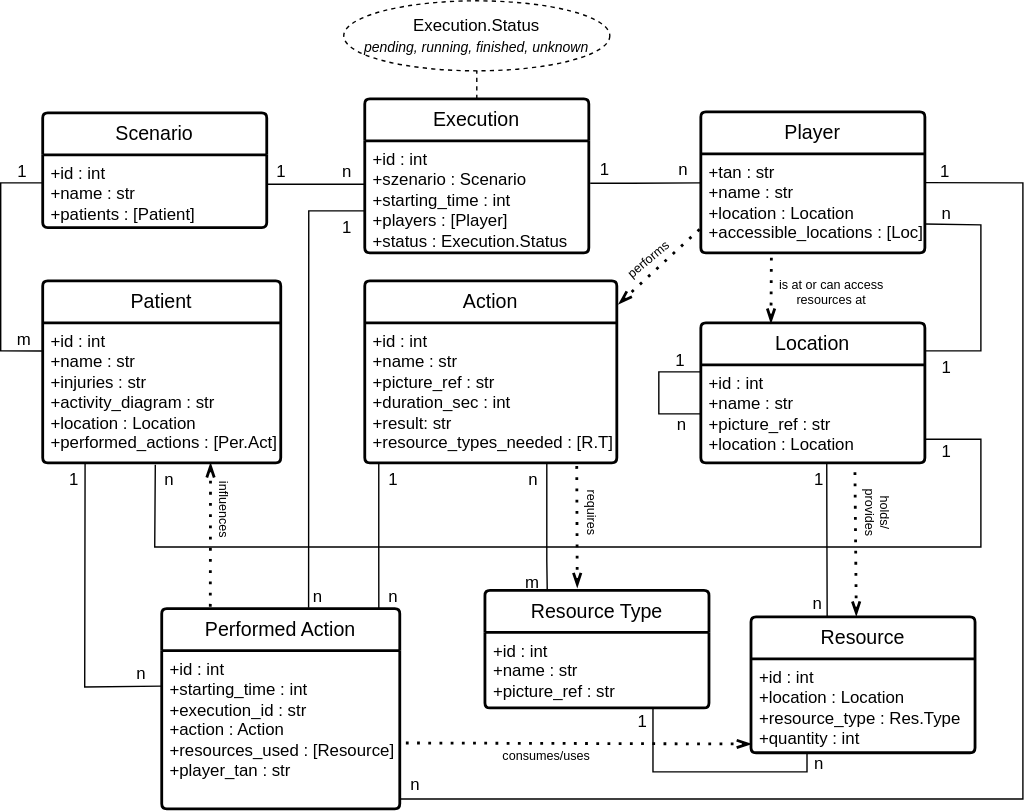
Earlier version of the draw.io export doc/server/entity_relation_runtime.svg (MANVSim/MANVSim). Source tidied: cells renumbered, new cells last; positions are measured from the earlier drawing's top-left corner, leaving out a move shared by most shapes.
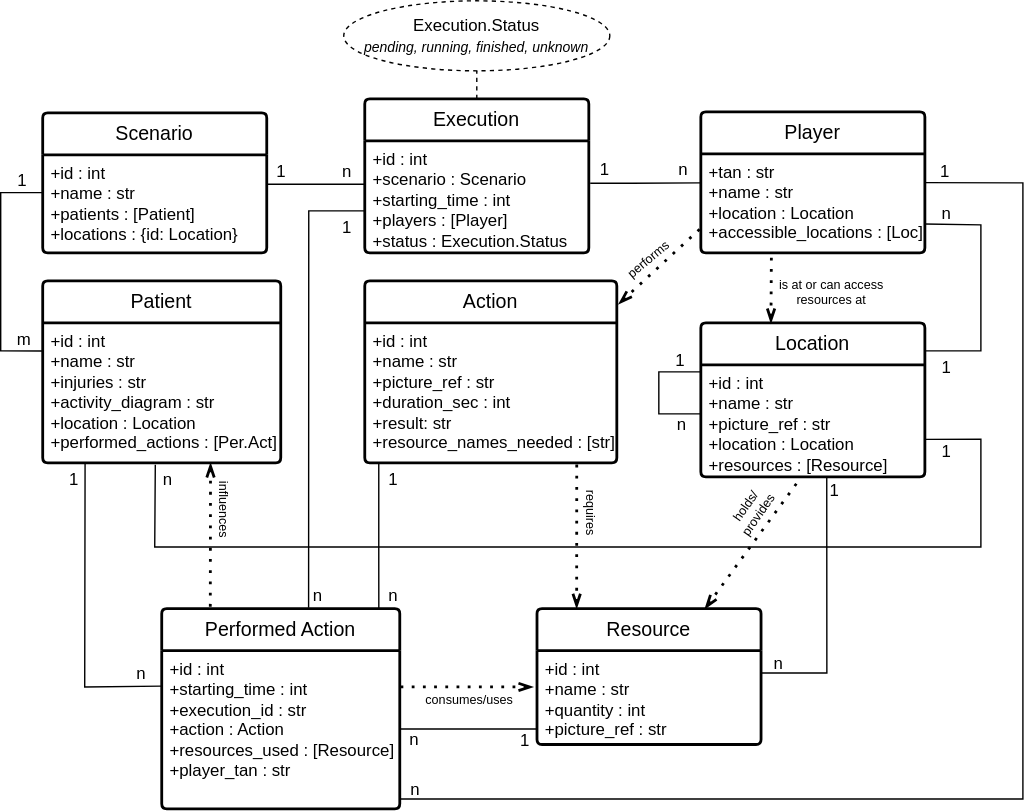
After the change.

Commit message:
update runtime entity diagram

What changed in the source:
```diff
@@ -3,10 +3,10 @@
     <mxCell id="0" />
     <mxCell id="1" parent="0" />
     <mxCell id="2" value="Scenario" style="swimlane;horizontal=1;startSize=30;rounded=1;fontSize=14;fontStyle=0;strokeWidth=2;shadow=0;dashed=0;align=center;arcSize=4;whiteSpace=wrap;html=1;" parent="1" vertex="1">
-      <mxGeometry x="30" y="80" width="160" height="82" as="geometry" />
+      <mxGeometry x="30" y="80" width="160" height="100" as="geometry" />
     </mxCell>
-    <mxCell id="3" value="+id : int&lt;div&gt;+name : str&lt;br&gt;&lt;/div&gt;&lt;div&gt;+patients : [Patient]&lt;/div&gt;" style="align=left;strokeColor=none;fillColor=none;spacingLeft=4;fontSize=12;verticalAlign=top;html=1;" parent="2" vertex="1">
-      <mxGeometry y="30" width="160" height="52" as="geometry" />
+    <mxCell id="3" value="+id : int&lt;div&gt;+name : str&lt;br&gt;&lt;/div&gt;&lt;div&gt;+patients : [Patient]&lt;/div&gt;&lt;div&gt;+locations : {id: Location}&lt;/div&gt;" style="align=left;strokeColor=none;fillColor=none;spacingLeft=4;fontSize=12;verticalAlign=top;html=1;" parent="2" vertex="1">
+      <mxGeometry y="30" width="160" height="70" as="geometry" />
     </mxCell>
     <mxCell id="4" value="Patient" style="swimlane;horizontal=1;startSize=30;rounded=1;fontSize=14;fontStyle=0;strokeWidth=2;shadow=0;dashed=0;align=center;arcSize=4;whiteSpace=wrap;html=1;" parent="1" vertex="1">
       <mxGeometry x="30" y="200" width="170" height="130" as="geometry" />
@@ -18,7 +18,7 @@
       <mxGeometry relative="1" as="geometry">
         <Array as="points">
           <mxPoint y="250" />
-          <mxPoint y="130" />
+          <mxPoint y="137" />
         </Array>
       </mxGeometry>
     </mxCell>
@@ -35,13 +35,13 @@
     <mxCell id="9" value="Action" style="swimlane;horizontal=1;startSize=30;rounded=1;fontSize=14;fontStyle=0;strokeWidth=2;shadow=0;dashed=0;align=center;arcSize=4;whiteSpace=wrap;html=1;" parent="1" vertex="1">
       <mxGeometry x="260" y="200" width="180" height="130" as="geometry" />
     </mxCell>
-    <mxCell id="10" value="+id : int&lt;div&gt;+name : str&lt;br&gt;&lt;/div&gt;&lt;div&gt;+picture_ref : str&lt;/div&gt;&lt;div&gt;+duration_sec : int&lt;/div&gt;&lt;div&gt;+result: str&lt;/div&gt;&lt;div&gt;+resource_types_needed : [R.T]&lt;/div&gt;" style="align=left;strokeColor=none;fillColor=none;spacingLeft=4;fontSize=12;verticalAlign=top;html=1;" parent="9" vertex="1">
+    <mxCell id="10" value="+id : int&lt;div&gt;+name : str&lt;br&gt;&lt;/div&gt;&lt;div&gt;+picture_ref : str&lt;/div&gt;&lt;div&gt;+duration_sec : int&lt;/div&gt;&lt;div&gt;+result: str&lt;/div&gt;&lt;div&gt;+resource_names_needed : [str]&lt;/div&gt;" style="align=left;strokeColor=none;fillColor=none;spacingLeft=4;fontSize=12;verticalAlign=top;html=1;" parent="9" vertex="1">
       <mxGeometry y="30" width="180" height="100" as="geometry" />
     </mxCell>
     <mxCell id="11" value="Execution" style="swimlane;horizontal=1;startSize=30;rounded=1;fontSize=14;fontStyle=0;strokeWidth=2;shadow=0;dashed=0;align=center;arcSize=4;whiteSpace=wrap;html=1;" parent="1" vertex="1">
       <mxGeometry x="260" y="70" width="160" height="110" as="geometry" />
     </mxCell>
-    <mxCell id="12" value="&lt;div&gt;+id : int&lt;/div&gt;&lt;div&gt;+szenario : Scenario&lt;/div&gt;&lt;div&gt;+starting_time : int&lt;/div&gt;&lt;div&gt;+players : [Player]&lt;/div&gt;&lt;div&gt;+status : Execution.Status&lt;/div&gt;" style="align=left;strokeColor=none;fillColor=none;spacingLeft=4;fontSize=12;verticalAlign=top;html=1;" parent="11" vertex="1">
+    <mxCell id="12" value="&lt;div&gt;+id : int&lt;/div&gt;&lt;div&gt;+scenario : Scenario&lt;/div&gt;&lt;div&gt;+starting_time : int&lt;/div&gt;&lt;div&gt;+players : [Player]&lt;/div&gt;&lt;div&gt;+status : Execution.Status&lt;/div&gt;" style="align=left;strokeColor=none;fillColor=none;spacingLeft=4;fontSize=12;verticalAlign=top;html=1;" parent="11" vertex="1">
       <mxGeometry y="30" width="160" height="80" as="geometry" />
     </mxCell>
     <mxCell id="13" value="Player" style="swimlane;horizontal=1;startSize=30;rounded=1;fontSize=14;fontStyle=0;strokeWidth=2;shadow=0;dashed=0;align=center;arcSize=4;whiteSpace=wrap;html=1;" parent="1" vertex="1">
@@ -68,23 +68,17 @@
       <mxGeometry x="205" y="130" as="geometry" />
     </mxCell>
     <mxCell id="18" value="Location" style="swimlane;horizontal=1;startSize=30;rounded=1;fontSize=14;fontStyle=0;strokeWidth=2;shadow=0;dashed=0;align=center;arcSize=4;whiteSpace=wrap;html=1;" parent="1" vertex="1">
-      <mxGeometry x="500" y="230" width="160" height="100" as="geometry" />
+      <mxGeometry x="500" y="230" width="160" height="110" as="geometry" />
     </mxCell>
-    <mxCell id="19" value="+id : int&lt;div&gt;+name : str&lt;br&gt;&lt;/div&gt;&lt;div&gt;+&lt;span style=&quot;background-color: initial;&quot;&gt;picture_ref : str&amp;nbsp;&lt;/span&gt;&lt;/div&gt;&lt;div&gt;+&lt;span style=&quot;background-color: initial;&quot;&gt;location : Location&lt;/span&gt;&lt;/div&gt;" style="align=left;strokeColor=none;fillColor=none;spacingLeft=4;fontSize=12;verticalAlign=top;html=1;" parent="18" vertex="1">
-      <mxGeometry y="30" width="160" height="70" as="geometry" />
+    <mxCell id="19" value="+id : int&lt;div&gt;+name : str&lt;br&gt;&lt;/div&gt;&lt;div&gt;+&lt;span style=&quot;background-color: initial;&quot;&gt;picture_ref : str&amp;nbsp;&lt;/span&gt;&lt;/div&gt;&lt;div&gt;+&lt;span style=&quot;background-color: initial;&quot;&gt;location : Location&lt;/span&gt;&lt;/div&gt;&lt;div&gt;&lt;span style=&quot;background-color: initial;&quot;&gt;+resources : [Resource]&lt;/span&gt;&lt;/div&gt;" style="align=left;strokeColor=none;fillColor=none;spacingLeft=4;fontSize=12;verticalAlign=top;html=1;" parent="18" vertex="1">
+      <mxGeometry y="30" width="160" height="80" as="geometry" />
     </mxCell>
     <mxCell id="20" value="Resource" style="swimlane;horizontal=1;startSize=30;rounded=1;fontSize=14;fontStyle=0;strokeWidth=2;shadow=0;dashed=0;align=center;arcSize=4;whiteSpace=wrap;html=1;" parent="1" vertex="1">
-      <mxGeometry x="535.8" y="440" width="160" height="97" as="geometry" />
+      <mxGeometry x="383" y="434.1" width="160" height="97" as="geometry" />
     </mxCell>
-    <mxCell id="21" value="+id : int&lt;div&gt;+location : Location&amp;nbsp;&lt;/div&gt;&lt;div&gt;+resource_type : Res.Type&lt;br&gt;+quantity : int&lt;/div&gt;" style="align=left;strokeColor=none;fillColor=none;spacingLeft=4;fontSize=12;verticalAlign=top;html=1;" parent="20" vertex="1">
+    <mxCell id="21" value="+id : int&lt;div&gt;+name : str&lt;div&gt;+quantity : int&lt;/div&gt;&lt;/div&gt;&lt;div&gt;+picture_ref : str&lt;br&gt;&lt;/div&gt;" style="align=left;strokeColor=none;fillColor=none;spacingLeft=4;fontSize=12;verticalAlign=top;html=1;" parent="20" vertex="1">
       <mxGeometry y="30" width="160" height="67" as="geometry" />
     </mxCell>
-    <mxCell id="22" value="Resource Type" style="swimlane;horizontal=1;startSize=30;rounded=1;fontSize=14;fontStyle=0;strokeWidth=2;shadow=0;dashed=0;align=center;arcSize=4;whiteSpace=wrap;html=1;" parent="1" vertex="1">
-      <mxGeometry x="345.8" y="421" width="160" height="84" as="geometry" />
-    </mxCell>
-    <mxCell id="23" value="+id : int&lt;div&gt;+name : str&lt;br&gt;&lt;/div&gt;&lt;div&gt;+picture_ref : str&lt;/div&gt;" style="align=left;strokeColor=none;fillColor=none;spacingLeft=4;fontSize=12;verticalAlign=top;html=1;" parent="22" vertex="1">
-      <mxGeometry y="30" width="160" height="54" as="geometry" />
-    </mxCell>
     <mxCell id="24" style="endArrow=none;html=1;rounded=0;exitX=0;exitY=0;exitDx=0;exitDy=0;" parent="1" edge="1">
       <mxGeometry relative="1" as="geometry">
         <mxPoint x="500" y="265" as="sourcePoint" />
@@ -103,7 +97,7 @@
     <mxCell id="26" value="1" style="html=1;whiteSpace=wrap;align=right;verticalAlign=bottom;" parent="1" vertex="1">
       <mxGeometry x="490" y="265" as="geometry" />
     </mxCell>
-    <mxCell id="27" style="endArrow=none;html=1;rounded=0;exitX=1;exitY=0.759;exitDx=0;exitDy=0;exitPerimeter=0;entryX=0.473;entryY=1.013;entryDx=0;entryDy=0;entryPerimeter=0;" parent="1" edge="1" source="19" target="5">
+    <mxCell id="27" style="endArrow=none;html=1;rounded=0;exitX=1;exitY=0.665;exitDx=0;exitDy=0;exitPerimeter=0;entryX=0.473;entryY=1.013;entryDx=0;entryDy=0;entryPerimeter=0;" parent="1" edge="1" source="19" target="5">
       <mxGeometry relative="1" as="geometry">
         <Array as="points">
           <mxPoint x="700" y="313" />
@@ -115,31 +109,20 @@
     <mxCell id="28" value="1" style="html=1;whiteSpace=wrap;align=right;verticalAlign=bottom;" parent="1" vertex="1">
       <mxGeometry x="680" y="330" as="geometry" />
     </mxCell>
-    <mxCell id="29" style="endArrow=none;html=1;rounded=0;entryX=0.75;entryY=1;entryDx=0;entryDy=0;exitX=0.25;exitY=1;exitDx=0;exitDy=0;" parent="1" edge="1" source="21" target="23">
-      <mxGeometry relative="1" as="geometry">
-        <Array as="points">
-          <mxPoint x="575.8" y="550.7" />
-          <mxPoint x="465.8" y="550.7" />
-        </Array>
-      </mxGeometry>
-    </mxCell>
-    <mxCell id="30" value="1" style="html=1;whiteSpace=wrap;align=right;verticalAlign=bottom;" parent="1" vertex="1">
-      <mxGeometry x="463" y="523" as="geometry" />
-    </mxCell>
-    <mxCell id="31" style="endArrow=none;html=1;rounded=0;exitX=0.562;exitY=0.997;exitDx=0;exitDy=0;exitPerimeter=0;entryX=0.34;entryY=0;entryDx=0;entryDy=0;entryPerimeter=0;" parent="1" edge="1" source="19" target="20">
+    <mxCell id="31" style="endArrow=none;html=1;rounded=0;exitX=0.562;exitY=0.997;exitDx=0;exitDy=0;exitPerimeter=0;entryX=0.997;entryY=0.238;entryDx=0;entryDy=0;entryPerimeter=0;" parent="1" edge="1" source="19" target="21">
       <mxGeometry relative="1" as="geometry">
         <Array as="points">
-          <mxPoint x="590" y="370" />
+          <mxPoint x="590" y="480" />
         </Array>
       </mxGeometry>
     </mxCell>
     <mxCell id="32" value="n" style="html=1;whiteSpace=wrap;align=right;verticalAlign=bottom;" parent="31" vertex="1">
       <mxGeometry x="1" relative="1" as="geometry">
-        <mxPoint x="-2" y="-1" as="offset" />
+        <mxPoint x="17" y="2" as="offset" />
       </mxGeometry>
     </mxCell>
     <mxCell id="33" value="1" style="html=1;whiteSpace=wrap;align=right;verticalAlign=bottom;" parent="1" vertex="1">
-      <mxGeometry x="589" y="350" as="geometry" />
+      <mxGeometry x="600" y="357.8" as="geometry" />
     </mxCell>
     <mxCell id="34" style="endArrow=none;html=1;rounded=0;entryX=1;entryY=0.25;entryDx=0;entryDy=0;exitX=0.998;exitY=0.708;exitDx=0;exitDy=0;strokeColor=#000000;exitPerimeter=0;" parent="1" edge="1" source="14">
       <mxGeometry relative="1" as="geometry">
@@ -158,24 +141,6 @@
     <mxCell id="36" value="1" style="html=1;whiteSpace=wrap;align=right;verticalAlign=bottom;fontColor=#000000;" parent="1" vertex="1">
       <mxGeometry x="680" y="270" as="geometry" />
     </mxCell>
-    <mxCell id="37" style="endArrow=none;html=1;rounded=0;fillColor=#FF0000;fontColor=#000000;strokeColor=#000000;exitX=0.278;exitY=-0.005;exitDx=0;exitDy=0;exitPerimeter=0;" parent="1" edge="1" source="22">
-      <mxGeometry relative="1" as="geometry">
-        <mxPoint x="390" y="330" as="targetPoint" />
-        <Array as="points">
-          <mxPoint x="390" y="400" />
-        </Array>
-      </mxGeometry>
-    </mxCell>
-    <mxCell id="38" value="m" style="html=1;whiteSpace=wrap;align=left;verticalAlign=bottom;fontColor=#000000;strokeColor=#000000;" parent="37" vertex="1">
-      <mxGeometry relative="1" as="geometry">
-        <mxPoint x="-17" y="48" as="offset" />
-      </mxGeometry>
-    </mxCell>
-    <mxCell id="39" value="n" style="html=1;whiteSpace=wrap;align=right;verticalAlign=bottom;fontColor=#000000;strokeColor=#000000;" parent="37" vertex="1">
-      <mxGeometry x="1" relative="1" as="geometry">
-        <mxPoint x="-5" y="20" as="offset" />
-      </mxGeometry>
-    </mxCell>
     <mxCell id="40" style="endArrow=none;html=1;rounded=0;exitX=1.002;exitY=0.349;exitDx=0;exitDy=0;exitPerimeter=0;" parent="1" edge="1">
       <mxGeometry relative="1" as="geometry">
         <mxPoint x="421" y="130.3" as="sourcePoint" />
@@ -196,28 +161,25 @@
     <mxCell id="43" value="n" style="html=1;whiteSpace=wrap;align=right;verticalAlign=bottom;" parent="1" vertex="1">
       <mxGeometry x="124.5" y="350" as="geometry" />
     </mxCell>
-    <mxCell id="44" value="n" style="html=1;whiteSpace=wrap;align=right;verticalAlign=bottom;" parent="1" vertex="1">
-      <mxGeometry x="589" y="553" as="geometry" />
-    </mxCell>
     <mxCell id="45" style="endArrow=none;dashed=1;html=1;dashPattern=1 3;strokeWidth=2;rounded=0;startArrow=openThin;startFill=0;exitX=0.705;exitY=1.002;exitDx=0;exitDy=0;entryX=0.204;entryY=-0.006;entryDx=0;entryDy=0;entryPerimeter=0;exitPerimeter=0;" parent="1" edge="1" source="5" target="53">
       <mxGeometry relative="1" as="geometry" />
     </mxCell>
     <mxCell id="46" value="influences" style="text;html=1;align=center;verticalAlign=middle;whiteSpace=wrap;rounded=0;fontSize=9;rotation=90;" parent="1" vertex="1">
       <mxGeometry x="121.8" y="360.6" width="75.5" height="5" as="geometry" />
     </mxCell>
-    <mxCell id="47" style="endArrow=none;dashed=1;html=1;dashPattern=1 3;strokeWidth=2;rounded=0;startArrow=openThin;startFill=0;entryX=0.841;entryY=1.002;entryDx=0;entryDy=0;entryPerimeter=0;exitX=0.412;exitY=-0.027;exitDx=0;exitDy=0;exitPerimeter=0;" parent="1" edge="1" source="22" target="10">
+    <mxCell id="47" style="endArrow=none;dashed=1;html=1;dashPattern=1 3;strokeWidth=2;rounded=0;startArrow=openThin;startFill=0;entryX=0.841;entryY=1.002;entryDx=0;entryDy=0;entryPerimeter=0;exitX=0.177;exitY=-0.004;exitDx=0;exitDy=0;exitPerimeter=0;" parent="1" edge="1" source="20" target="10">
       <mxGeometry relative="1" as="geometry" />
     </mxCell>
     <mxCell id="48" value="requires" style="text;html=1;align=center;verticalAlign=middle;whiteSpace=wrap;rounded=0;fontSize=9;rotation=90;" parent="1" vertex="1">
-      <mxGeometry x="387.8" y="357.8" width="70" height="15.6" as="geometry" />
+      <mxGeometry x="386.7" y="358.9" width="70" height="13.4" as="geometry" />
     </mxCell>
-    <mxCell id="49" style="endArrow=none;dashed=1;html=1;dashPattern=1 3;strokeWidth=2;rounded=0;exitX=0.47;exitY=-0.009;exitDx=0;exitDy=0;entryX=0.944;entryY=0.997;entryDx=0;entryDy=0;startArrow=openThin;startFill=0;exitPerimeter=0;entryPerimeter=0;" parent="1" edge="1" source="20">
+    <mxCell id="49" style="endArrow=none;dashed=1;html=1;dashPattern=1 3;strokeWidth=2;rounded=0;exitX=0.75;exitY=0;exitDx=0;exitDy=0;entryX=0.25;entryY=1;entryDx=0;entryDy=0;startArrow=openThin;startFill=0;" parent="1" edge="1" source="20">
       <mxGeometry relative="1" as="geometry">
-        <mxPoint x="610" y="330" as="targetPoint" />
+        <mxPoint x="571.8" y="340" as="targetPoint" />
       </mxGeometry>
     </mxCell>
-    <mxCell id="50" value="holds/&lt;br&gt;provides" style="text;html=1;align=center;verticalAlign=middle;whiteSpace=wrap;rounded=0;fontSize=9;rotation=90;" parent="1" vertex="1">
-      <mxGeometry x="600" y="350" width="53.8" height="31.2" as="geometry" />
+    <mxCell id="50" value="holds/&lt;br&gt;provides" style="text;html=1;align=center;verticalAlign=middle;whiteSpace=wrap;rounded=0;fontSize=9;rotation=-55;" parent="1" vertex="1">
+      <mxGeometry x="510" y="350" width="53.8" height="28.7" as="geometry" />
     </mxCell>
     <mxCell id="51" style="endArrow=none;dashed=1;html=1;dashPattern=1 3;strokeWidth=2;rounded=0;startArrow=openThin;startFill=0;entryX=0.315;entryY=0.991;entryDx=0;entryDy=0;entryPerimeter=0;" parent="1" edge="1" target="14">
       <mxGeometry relative="1" as="geometry">
@@ -291,7 +253,7 @@
     </mxCell>
     <mxCell id="65" value="n" style="html=1;whiteSpace=wrap;align=left;verticalAlign=bottom;" parent="64" vertex="1">
       <mxGeometry x="-1" relative="1" as="geometry">
-        <mxPoint x="6" y="-2" as="offset" />
+        <mxPoint x="6" y="2" as="offset" />
       </mxGeometry>
     </mxCell>
     <mxCell id="66" value="1" style="html=1;whiteSpace=wrap;align=right;verticalAlign=bottom;" parent="64" vertex="1">
@@ -305,14 +267,14 @@
     <mxCell id="68" value="performs" style="text;html=1;align=center;verticalAlign=middle;whiteSpace=wrap;rounded=0;fontSize=9;rotation=-40;" parent="1" vertex="1">
       <mxGeometry x="428" y="180" width="70" height="10" as="geometry" />
     </mxCell>
-    <mxCell id="69" style="endArrow=none;dashed=1;html=1;dashPattern=1 3;strokeWidth=2;rounded=0;startArrow=openThin;startFill=0;exitX=-0.004;exitY=0.907;exitDx=0;exitDy=0;entryX=1;entryY=0.569;entryDx=0;entryDy=0;entryPerimeter=0;exitPerimeter=0;" parent="1" edge="1">
+    <mxCell id="69" style="endArrow=none;dashed=1;html=1;dashPattern=1 3;strokeWidth=2;rounded=0;startArrow=openThin;startFill=0;entryX=1;entryY=0.569;entryDx=0;entryDy=0;entryPerimeter=0;" parent="1" edge="1">
       <mxGeometry relative="1" as="geometry">
-        <mxPoint x="535.8" y="530.7" as="sourcePoint" />
-        <mxPoint x="285.6" y="530" as="targetPoint" />
+        <mxPoint x="380" y="490" as="sourcePoint" />
+        <mxPoint x="280" y="490" as="targetPoint" />
       </mxGeometry>
     </mxCell>
     <mxCell id="70" value="consumes/uses" style="text;html=1;align=center;verticalAlign=middle;whiteSpace=wrap;rounded=0;fontSize=9;rotation=0;" parent="1" vertex="1">
-      <mxGeometry x="355" y="530" width="70" height="20" as="geometry" />
+      <mxGeometry x="300" y="490" width="70" height="20" as="geometry" />
     </mxCell>
     <mxCell id="71" value="Execution.Status&lt;br&gt;&lt;i&gt;&lt;font style=&quot;font-size: 10px;&quot;&gt;pending, running, finished, unknown&lt;/font&gt;&lt;/i&gt;" style="ellipse;whiteSpace=wrap;html=1;align=center;dashed=1;" parent="1" vertex="1">
       <mxGeometry x="245" width="190" height="50" as="geometry" />
@@ -320,5 +282,20 @@
     <mxCell id="72" style="endArrow=none;dashed=1;html=1;rounded=0;exitX=0.5;exitY=0;exitDx=0;exitDy=0;entryX=0.5;entryY=1;entryDx=0;entryDy=0;" parent="1" edge="1" source="11" target="71">
       <mxGeometry relative="1" as="geometry" />
     </mxCell>
+    <mxCell id="73" style="endArrow=none;html=1;rounded=0;entryX=0.997;entryY=0.495;entryDx=0;entryDy=0;exitX=0.002;exitY=0.835;exitDx=0;exitDy=0;exitPerimeter=0;entryPerimeter=0;" parent="1" edge="1" source="21" target="54">
+      <mxGeometry relative="1" as="geometry">
+        <Array as="points">
+          <mxPoint x="333" y="520" />
+        </Array>
+      </mxGeometry>
+    </mxCell>
+    <mxCell id="44" value="n" style="html=1;whiteSpace=wrap;align=right;verticalAlign=bottom;" parent="73" vertex="1">
+      <mxGeometry x="1" relative="1" as="geometry">
+        <mxPoint x="16" y="16" as="offset" />
+      </mxGeometry>
+    </mxCell>
+    <mxCell id="30" value="1" style="html=1;whiteSpace=wrap;align=right;verticalAlign=bottom;" parent="1" vertex="1">
+      <mxGeometry x="379" y="537" as="geometry" />
+    </mxCell>
   </root>
 </mxGraphModel>
```
